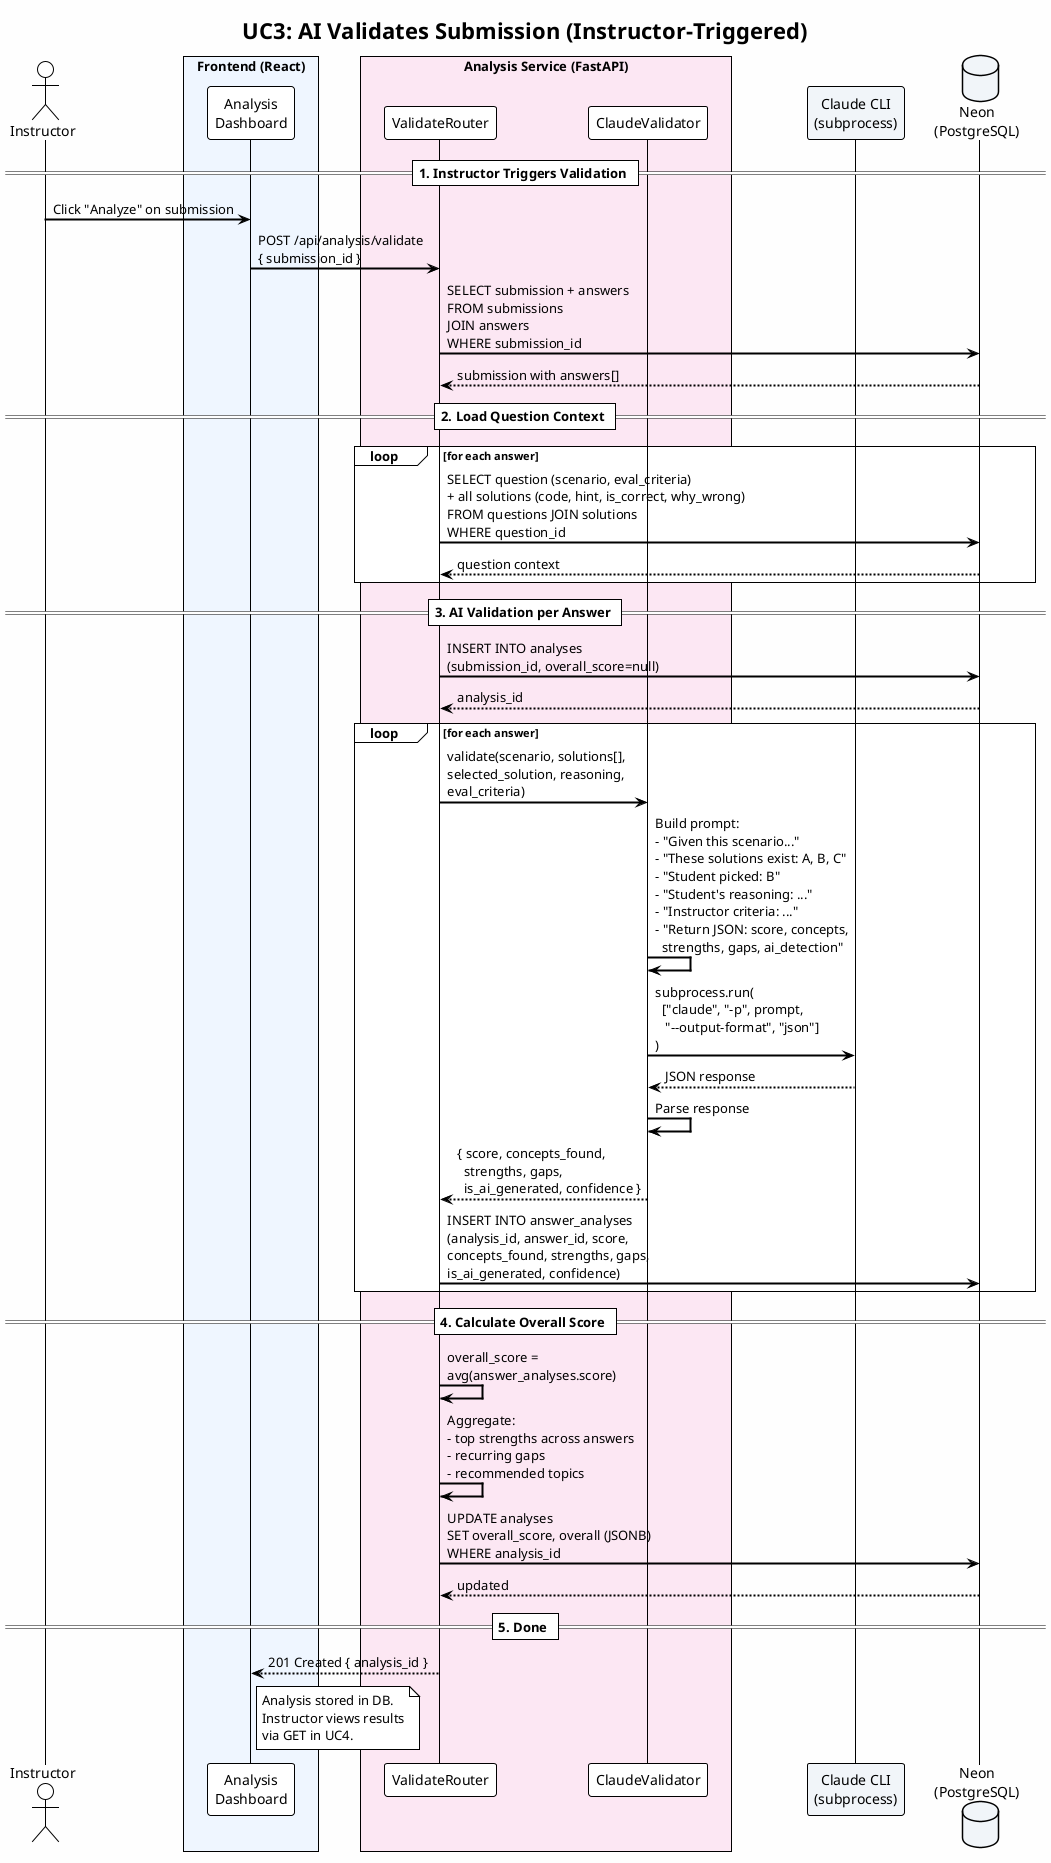
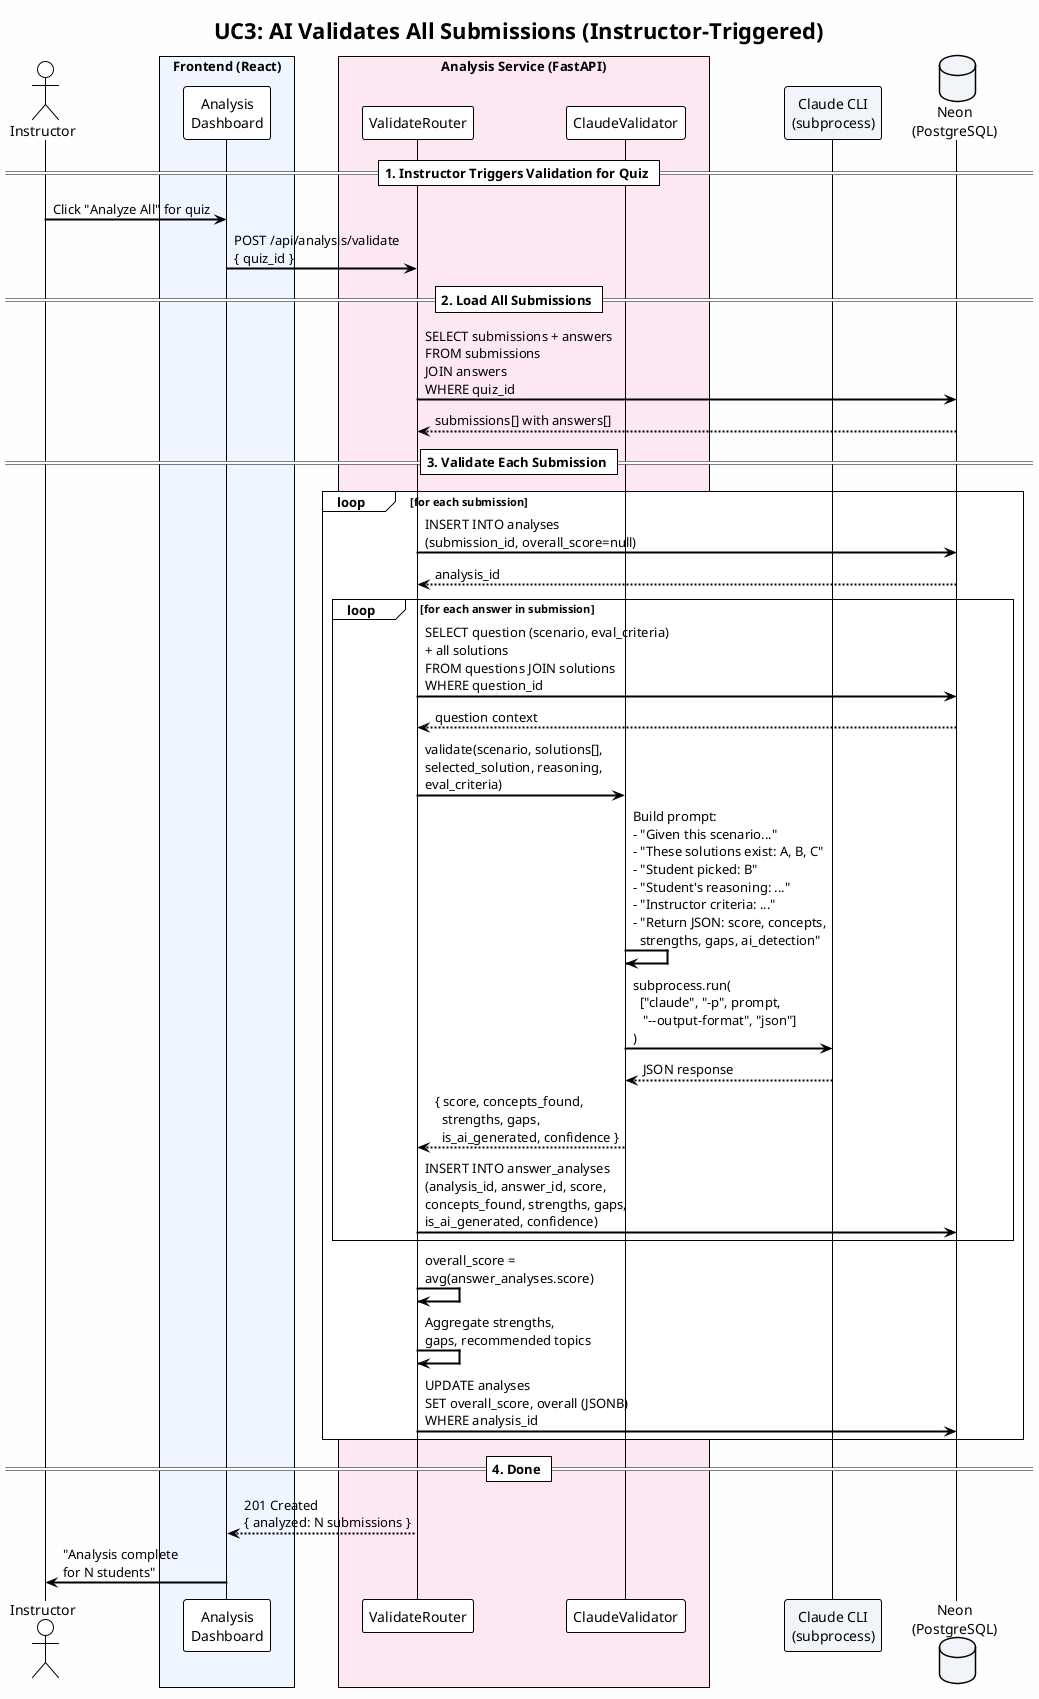
- @startuml AI Validates Submission
+ @startuml AI Validates All Submissions for Quiz
!theme plain
skinparam backgroundColor #FEFEFE
skinparam defaultFontName "Segoe UI"
skinparam shadowing false
skinparam sequenceArrowThickness 2
skinparam participantPadding 20
skinparam boxPadding 10

- title UC3: AI Validates Submission (Instructor-Triggered)
+ title UC3: AI Validates All Submissions (Instructor-Triggered)

actor Instructor as I
box "Frontend (React)" #EFF6FF
  participant "Analysis\nDashboard" as AD
end box
box "Analysis Service (FastAPI)" #FCE7F3
  participant "ValidateRouter" as VR
  participant "ClaudeValidator" as CV
end box
participant "Claude CLI\n(subprocess)" as CLI #F1F5F9
database "Neon\n(PostgreSQL)" as DB #F1F5F9

- == 1. Instructor Triggers Validation ==
+ == 1. Instructor Triggers Validation for Quiz ==

- I -> AD : Click "Analyze" on submission
- AD -> VR : POST /api/analysis/validate\n{ submission_id }
- VR -> DB : SELECT submission + answers\nFROM submissions\nJOIN answers\nWHERE submission_id
- DB --> VR : submission with answers[]
+ I -> AD : Click "Analyze All" for quiz
+ AD -> VR : POST /api/analysis/validate\n{ quiz_id }

- == 2. Load Question Context ==
+ == 2. Load All Submissions ==

- loop for each answer
-   VR -> DB : SELECT question (scenario, eval_criteria)\n+ all solutions (code, hint, is_correct, why_wrong)\nFROM questions JOIN solutions\nWHERE question_id
-   DB --> VR : question context
+ VR -> DB : SELECT submissions + answers\nFROM submissions\nJOIN answers\nWHERE quiz_id
+ DB --> VR : submissions[] with answers[]
+ 
+ == 3. Validate Each Submission ==
+ 
+ loop for each submission
+   VR -> DB : INSERT INTO analyses\n(submission_id, overall_score=null)
+   DB --> VR : analysis_id
+ 
+   loop for each answer in submission
+     VR -> DB : SELECT question (scenario, eval_criteria)\n+ all solutions\nFROM questions JOIN solutions\nWHERE question_id
+     DB --> VR : question context
+ 
+     VR -> CV : validate(scenario, solutions[],\nselected_solution, reasoning,\neval_criteria)
+     CV -> CV : Build prompt:\n- "Given this scenario..."\n- "These solutions exist: A, B, C"\n- "Student picked: B"\n- "Student's reasoning: ..."\n- "Instructor criteria: ..."\n- "Return JSON: score, concepts,\n  strengths, gaps, ai_detection"
+     CV -> CLI : subprocess.run(\n  ["claude", "-p", prompt,\n   "--output-format", "json"]\n)
+     CLI --> CV : JSON response
+     CV --> VR : { score, concepts_found,\n  strengths, gaps,\n  is_ai_generated, confidence }
+     VR -> DB : INSERT INTO answer_analyses\n(analysis_id, answer_id, score,\nconcepts_found, strengths, gaps,\nis_ai_generated, confidence)
+   end
+ 
+   VR -> VR : overall_score =\navg(answer_analyses.score)
+   VR -> VR : Aggregate strengths,\ngaps, recommended topics
+   VR -> DB : UPDATE analyses\nSET overall_score, overall (JSONB)\nWHERE analysis_id
end

- == 3. AI Validation per Answer ==
+ == 4. Done ==

- VR -> DB : INSERT INTO analyses\n(submission_id, overall_score=null)
- DB --> VR : analysis_id
- 
- loop for each answer
-   VR -> CV : validate(scenario, solutions[],\nselected_solution, reasoning,\neval_criteria)
-   CV -> CV : Build prompt:\n- "Given this scenario..."\n- "These solutions exist: A, B, C"\n- "Student picked: B"\n- "Student's reasoning: ..."\n- "Instructor criteria: ..."\n- "Return JSON: score, concepts,\n  strengths, gaps, ai_detection"
-   CV -> CLI : subprocess.run(\n  ["claude", "-p", prompt,\n   "--output-format", "json"]\n)
-   CLI --> CV : JSON response
-   CV -> CV : Parse response
-   CV --> VR : { score, concepts_found,\n  strengths, gaps,\n  is_ai_generated, confidence }
-   VR -> DB : INSERT INTO answer_analyses\n(analysis_id, answer_id, score,\nconcepts_found, strengths, gaps,\nis_ai_generated, confidence)
- end
- 
- == 4. Calculate Overall Score ==
- 
- VR -> VR : overall_score =\navg(answer_analyses.score)
- VR -> VR : Aggregate:\n- top strengths across answers\n- recurring gaps\n- recommended topics
- VR -> DB : UPDATE analyses\nSET overall_score, overall (JSONB)\nWHERE analysis_id
- DB --> VR : updated
- 
- == 5. Done ==
- 
- VR --> AD : 201 Created { analysis_id }
- note right of AD : Analysis stored in DB.\nInstructor views results\nvia GET in UC4.
+ VR --> AD : 201 Created\n{ analyzed: N submissions }
+ AD -> I : "Analysis complete\nfor N students"

@enduml
